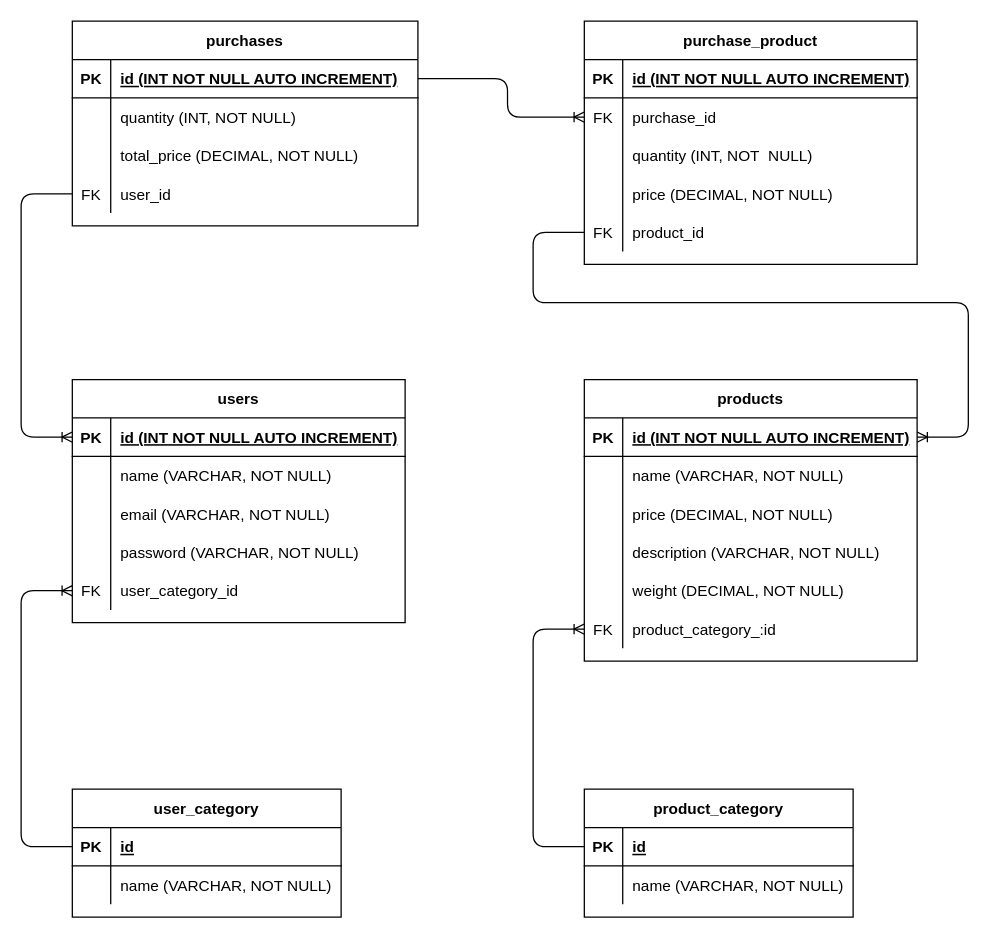
The draw.io diagram src/database-test/facu.drawio in 0621CDFSNCN12LAED/grupo-03, before the edit. Source tidied: cells renumbered, new cells numbered last; positions are measured from the earlier drawing's top-left corner, leaving out a move shared by most shapes. Both pictures are drawn from the tidied source at 128%, with x=0, y=0 at pixel (20, 20).
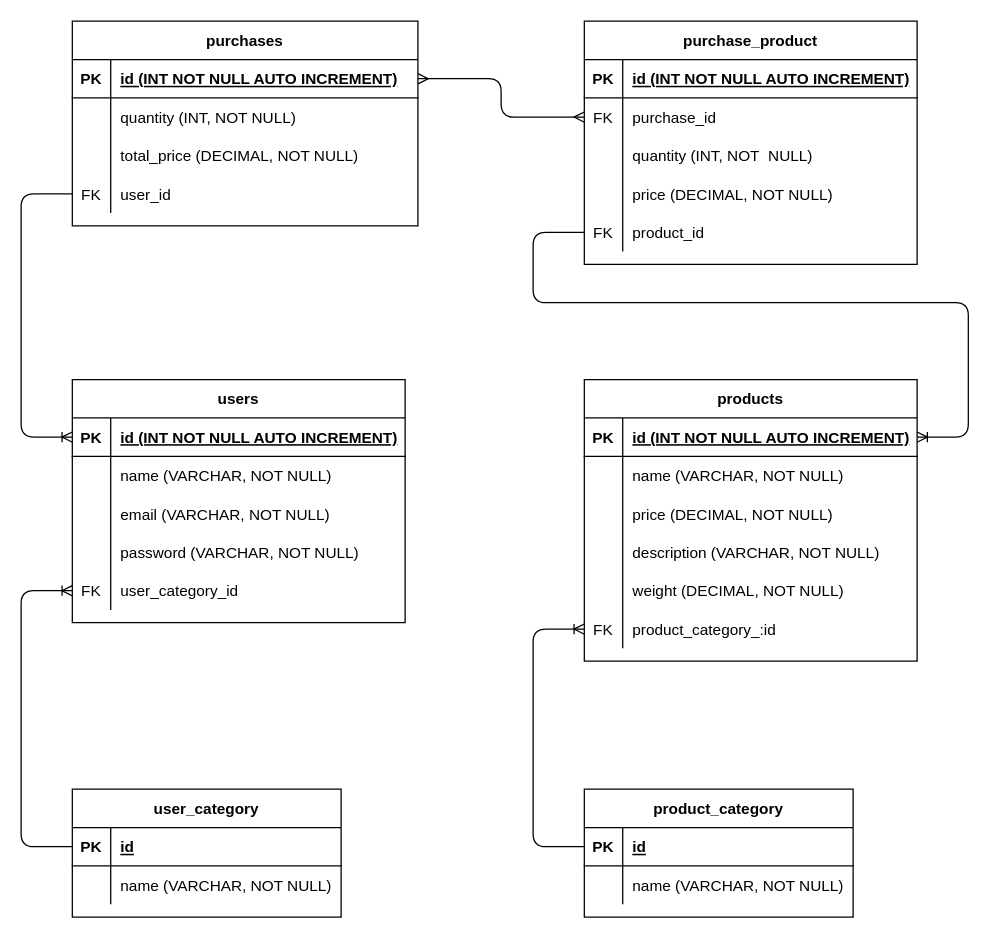
Above is the later version.

Commit message:
der mini cambio de relacion

Unchanged cells that the change refers to:
```xml
<mxCell id="54" style="shape=partialRectangle;fillColor=none;top=0;left=0;bottom=1;right=0;points=[[0,0.5],[1,0.5]];portConstraint=eastwest;" parent="53" vertex="1">
  <mxGeometry y="30" width="270" height="30" as="geometry" />
</mxCell>
<mxCell id="70" style="shape=partialRectangle;fillColor=none;top=0;left=0;bottom=0;right=0;points=[[0,0.5],[1,0.5]];portConstraint=eastwest;" parent="66" vertex="1">
  <mxGeometry y="60" width="260" height="30" as="geometry" />
</mxCell>
```

Change to the diagram source:
```diff
@@
-    <mxCell id="84" style="edgeStyle=orthogonalEdgeStyle;fontSize=12;html=1;endArrow=ERoneToMany;entryX=0;entryY=0.5;entryDx=0;entryDy=0;exitX=1;exitY=0.5;exitDx=0;exitDy=0;" parent="1" edge="1" source="54" target="70">
-      <mxGeometry relative="1" as="geometry">
-        <Array as="points">
-          <mxPoint x="380" y="45" />
-          <mxPoint x="380" y="75" />
-        </Array>
-      </mxGeometry>
+    <mxCell id="84" style="edgeStyle=orthogonalEdgeStyle;fontSize=12;html=1;endArrow=ERmany;startArrow=ERmany;entryX=0;entryY=0.5;entryDx=0;entryDy=0;exitX=1;exitY=0.5;exitDx=0;exitDy=0;" parent="1" edge="1" source="54" target="70">
+      <mxGeometry relative="1" as="geometry" />
     </mxCell>
```
